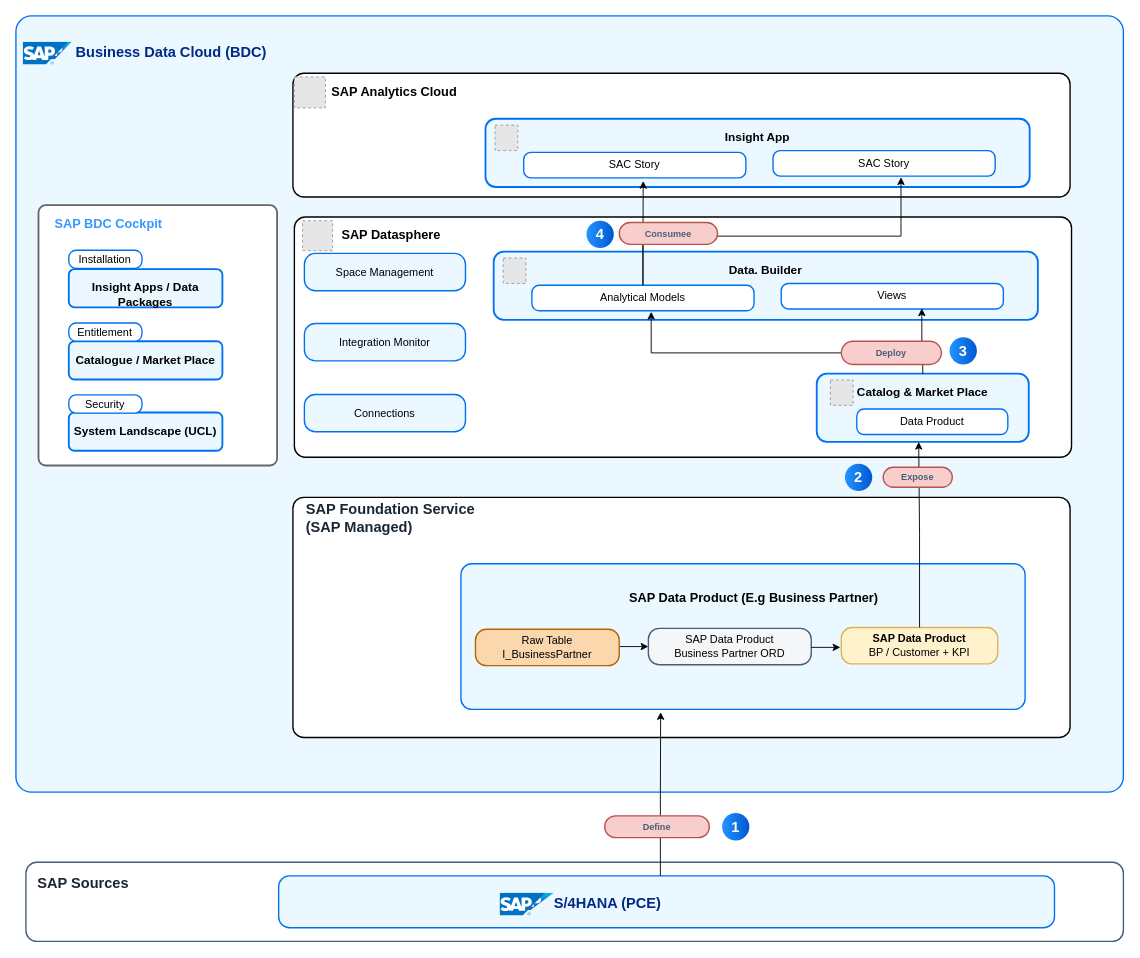
The draw.io diagram docs/ref-arch/RA0013/3-insights-apps-greenfield-bdc/drawio/sap-managed-insight-app.drawio in SAP/architecture-center, before the edit. Source tidied: cells renumbered, new cells numbered last; positions are measured from the earlier drawing's top-left corner, leaving out a move shared by most shapes. Both pictures are drawn from the tidied source at 91%, with x=0, y=0 at pixel (15, 15). Pictures stored in the file or linked from it are replaced by grey dashed boxes.
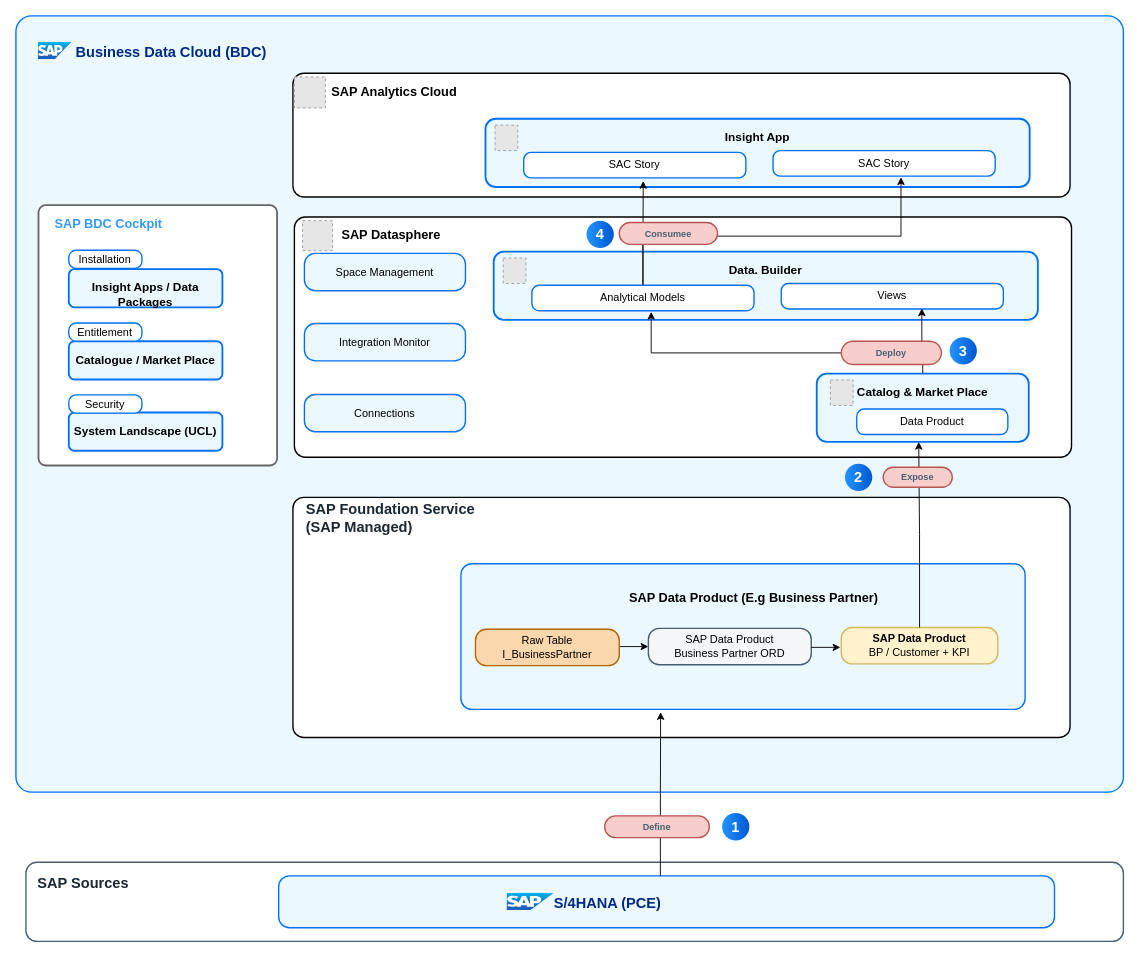
The same page after the edit.

Unchanged cells that the change refers to:
```xml
<mxCell id="2" style="group;" parent="1" vertex="1">
  <mxGeometry width="1217" height="1017" as="geometry" />
</mxCell>
<mxCell id="18" style="group;" parent="2" vertex="1">
  <mxGeometry x="11" y="930" width="1206" height="87" as="geometry" />
</mxCell>
```

What changed in the source:
```diff
@@
-    <mxCell id="23" style="image;sketch=0;html=1;align=center;fontSize=12;image=img/lib/mscae/SAP_HANA_on_Azure.svg;" parent="18" vertex="1">
-      <mxGeometry x="521" y="34" width="50" height="25" as="geometry" />
-    </mxCell>
@@
-    <mxCell id="72" style="image;sketch=0;html=1;align=center;fontSize=12;image=img/lib/mscae/SAP_HANA_on_Azure.svg;" parent="2" vertex="1">
-      <mxGeometry x="8" y="29" width="50" height="25" as="geometry" />
-    </mxCell>
```
